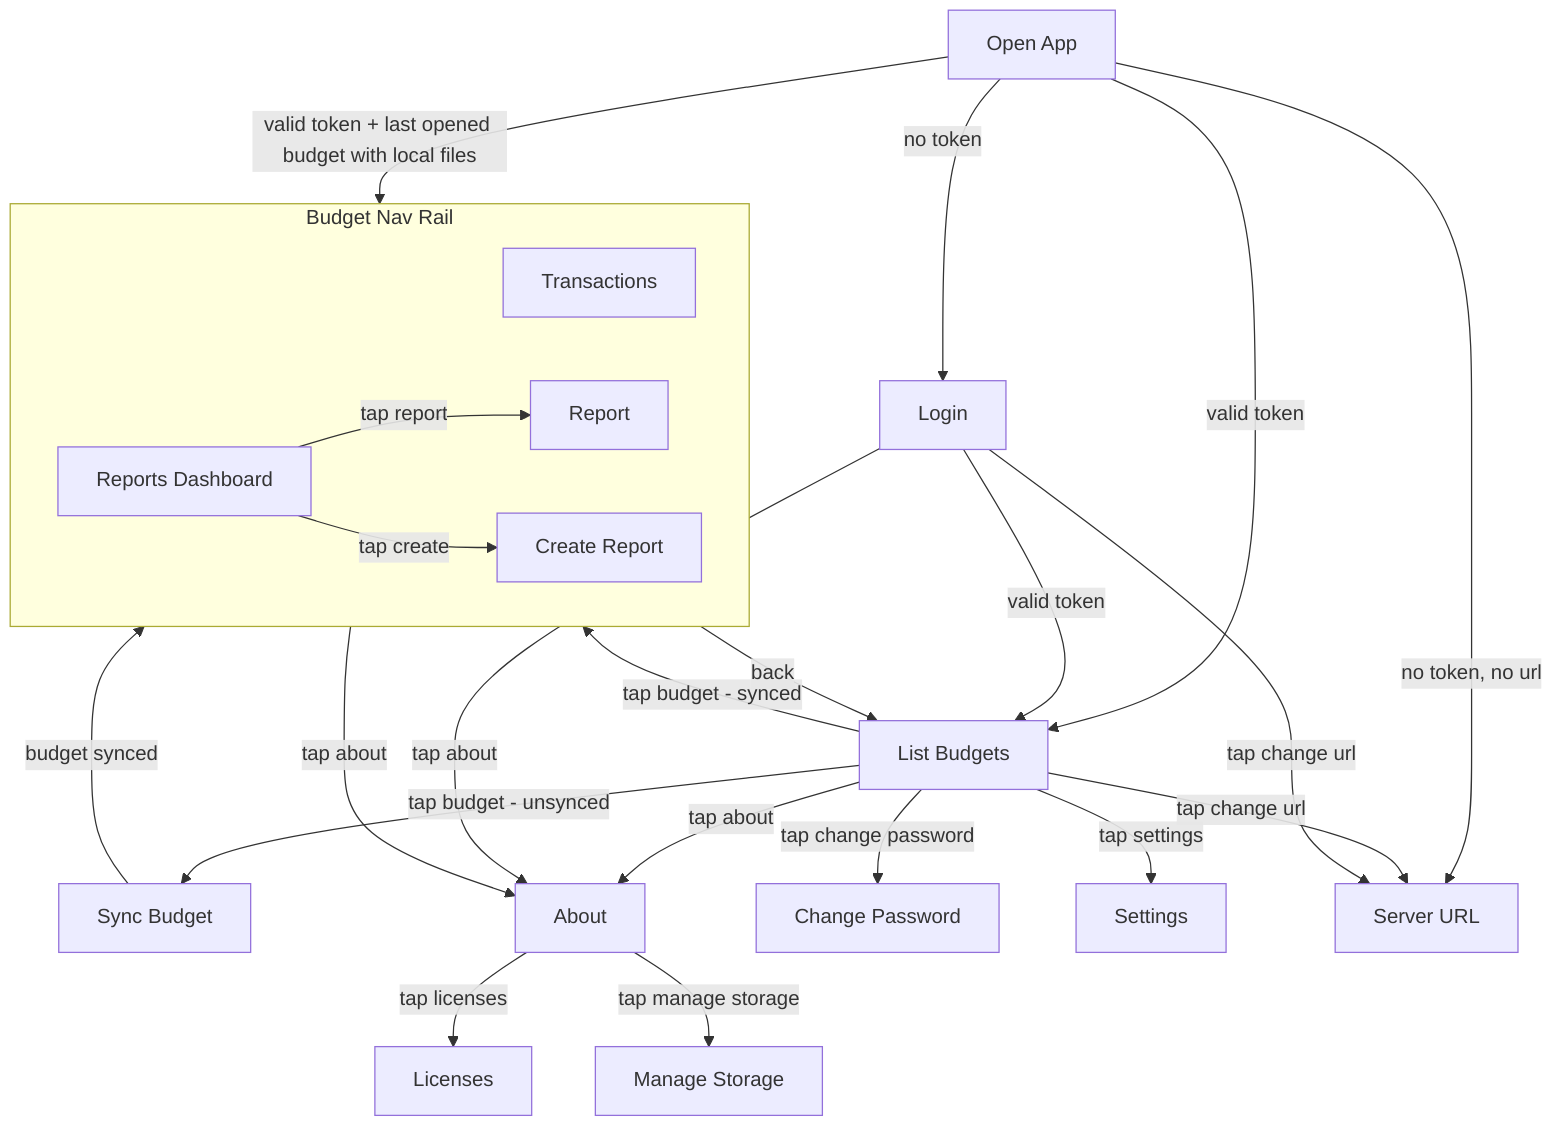
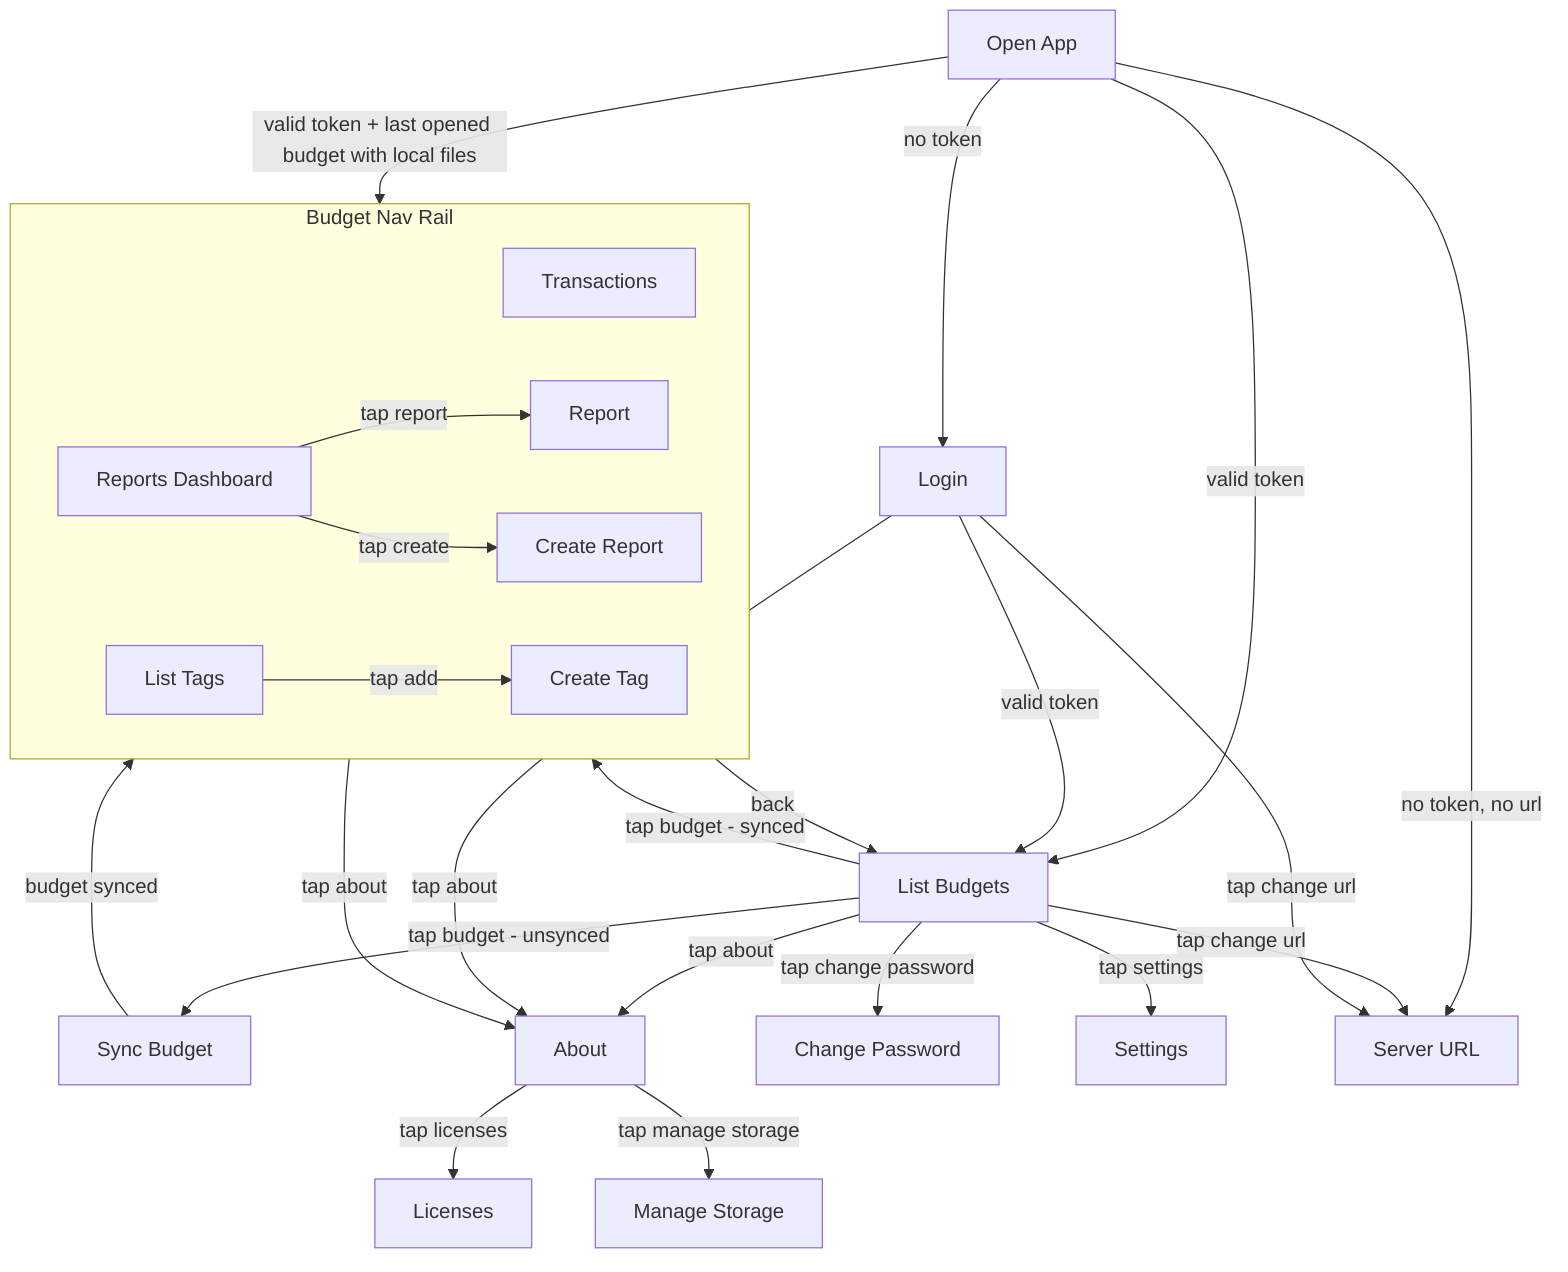
flowchart TD
  app["Open App"]
  budgetList["List Budgets"]
  budgetSync["Sync Budget"]
  info["About"]
  licenses["Licenses"]
  login["Login"]
  manageStorage["Manage Storage"]
  password["Change Password"]
  settings["Settings"]
  url["Server URL"]

  subgraph budgetNavRail["Budget Nav Rail"]
    transactions["Transactions"]
    reportsDashboard["Reports Dashboard"]
    report["Report"]
    createReport["Create Report"]
+     listTags["List Tags"]
+     createTag["Create Tag"]
  end

  app --valid token--> budgetList
  app --"valid token + last opened budget with local files"--> budgetNavRail
  app --no token--> login
  app --no token, no url--> url

  budgetList --tap budget - unsynced--> budgetSync
  budgetList --tap budget - synced--> budgetNavRail
  budgetList --tap change password--> password
  budgetList --tap settings--> settings
  budgetList --tap change url--> url
  budgetList --tap about--> info

  budgetSync --budget synced--> budgetNavRail

  info --tap licenses--> licenses
  info --tap manage storage--> manageStorage

  login --valid token--> budgetList
  login --tap about--> info
  login --tap change url--> url

  budgetNavRail --back--> budgetList
  budgetNavRail --tap about--> info

  reportsDashboard --tap report--> report
  reportsDashboard --tap create--> createReport
+ 
+   listTags --tap add--> createTag
